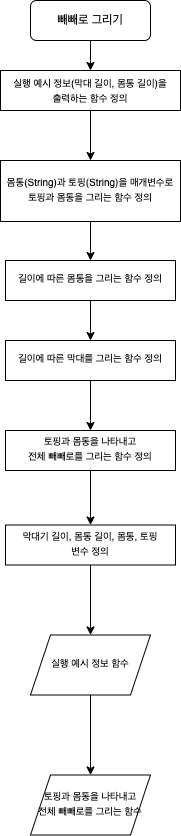
This is week1_step3_makingpepero.png from yagom-academy/swift-starter-Round1, a draw.io export, as it was before one commit. Source tidied: cells renumbered, new cells last; positions are measured from the earlier drawing's top-left corner, leaving out a move shared by most shapes.
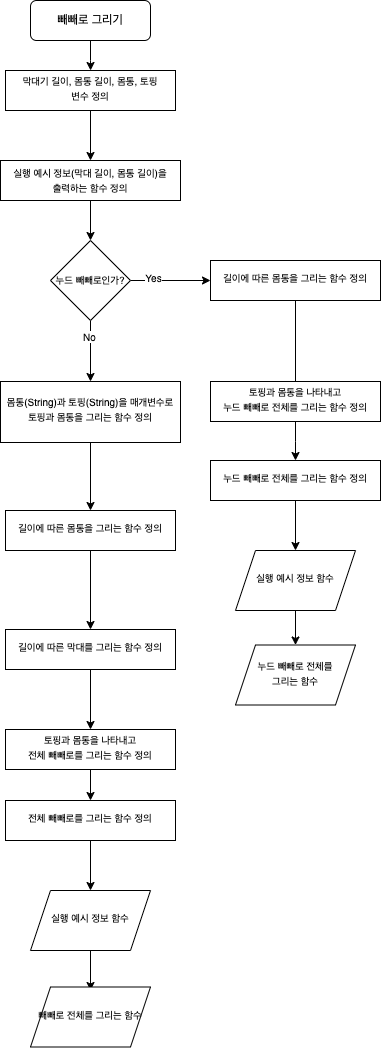
The same file after the commit.

Commit message:
feat : step 3 매개변수명 함수명 변경, 순서도 추가

Diff of the diagram source:
```diff
@@ -2,58 +2,117 @@
   <root>
     <mxCell id="0" />
     <mxCell id="1" parent="0" />
-    <mxCell id="2" style="edgeStyle=orthogonalEdgeStyle;rounded=0;jettySize=auto;html=1;" parent="1" edge="1" source="3" target="7">
-      <mxGeometry relative="1" as="geometry" />
-    </mxCell>
+    <mxCell id="19" style="edgeStyle=orthogonalEdgeStyle;rounded=0;jettySize=auto;html=1;fontSize=10;" parent="1" edge="1" source="3">
+      <mxGeometry relative="1" as="geometry">
+        <mxPoint x="90.1" y="30" as="targetPoint" />
+      </mxGeometry>
+    </mxCell>
     <mxCell id="3" value="빼빼로 그리기" style="rounded=1;whiteSpace=wrap;html=1;fontSize=12;glass=0;strokeWidth=1;shadow=0;" parent="1" vertex="1">
-      <mxGeometry x="30" width="120" height="40" as="geometry" />
+      <mxGeometry x="30" y="-40" width="120" height="40" as="geometry" />
     </mxCell>
-    <mxCell id="4" style="edgeStyle=orthogonalEdgeStyle;rounded=0;jettySize=auto;html=1;fontSize=10;" parent="1" edge="1" source="5" target="9">
-      <mxGeometry relative="1" as="geometry" />
+    <mxCell id="4" style="edgeStyle=orthogonalEdgeStyle;rounded=0;jettySize=auto;html=1;fontSize=10;" parent="1" edge="1" target="9">
+      <mxGeometry relative="1" as="geometry">
+        <mxPoint x="90.1" y="480" as="sourcePoint" />
+      </mxGeometry>
     </mxCell>
+    <mxCell id="20" style="edgeStyle=orthogonalEdgeStyle;rounded=0;jettySize=auto;html=1;fontSize=10;" parent="1" edge="1" source="5" target="9">
+      <mxGeometry relative="1" as="geometry" />
+    </mxCell>
     <mxCell id="5" value="&lt;font style=&quot;font-size: 10px&quot;&gt;몸통(String)과 토핑(String)을 매개변수로토핑과 몸통을 그리는 함수 정의&lt;/font&gt;" style="whiteSpace=wrap;html=1;shadow=0;strokeWidth=1;spacing=6;spacingTop=-4;" parent="1" vertex="1">
-      <mxGeometry y="160" width="180" height="61" as="geometry" />
+      <mxGeometry y="341" width="180" height="61" as="geometry" />
     </mxCell>
-    <mxCell id="6" style="edgeStyle=orthogonalEdgeStyle;rounded=0;jettySize=auto;html=1;" parent="1" edge="1" source="7">
-      <mxGeometry relative="1" as="geometry">
-        <mxPoint x="90" y="160" as="targetPoint" />
-      </mxGeometry>
-    </mxCell>
+    <mxCell id="21" style="edgeStyle=orthogonalEdgeStyle;rounded=0;jettySize=auto;html=1;" parent="1" edge="1" source="7" target="27">
+      <mxGeometry relative="1" as="geometry" />
+    </mxCell>
     <mxCell id="7" value="&lt;span style=&quot;font-size: 10px&quot;&gt;실행 예시 정보(막대 길이, 몸통 길이)을&lt;br&gt;출력하는 함수 정의&lt;/span&gt;" style="rounded=0;whiteSpace=wrap;html=1;" parent="1" vertex="1">
-      <mxGeometry y="70" width="180" height="40" as="geometry" />
+      <mxGeometry y="120" width="180" height="40" as="geometry" />
     </mxCell>
     <mxCell id="8" style="edgeStyle=orthogonalEdgeStyle;rounded=0;jettySize=auto;html=1;fontSize=10;" parent="1" edge="1" source="9" target="11">
       <mxGeometry relative="1" as="geometry" />
     </mxCell>
     <mxCell id="9" value="&lt;font style=&quot;font-size: 10px&quot;&gt;길이에 따른 몸통을 그리는 함수 정의&lt;/font&gt;" style="whiteSpace=wrap;html=1;shadow=0;strokeWidth=1;spacing=6;spacingTop=-4;" parent="1" vertex="1">
-      <mxGeometry x="5" y="260" width="170" height="40" as="geometry" />
+      <mxGeometry x="5" y="470" width="170" height="40" as="geometry" />
     </mxCell>
     <mxCell id="10" style="edgeStyle=orthogonalEdgeStyle;rounded=0;jettySize=auto;html=1;fontSize=10;" parent="1" edge="1" source="11" target="13">
       <mxGeometry relative="1" as="geometry" />
     </mxCell>
     <mxCell id="11" value="&lt;font style=&quot;font-size: 10px&quot;&gt;길이에 따른 막대를 그리는 함수 정의&lt;/font&gt;" style="whiteSpace=wrap;html=1;shadow=0;strokeWidth=1;spacing=6;spacingTop=-4;" parent="1" vertex="1">
-      <mxGeometry x="5" y="340" width="170" height="40" as="geometry" />
+      <mxGeometry x="5" y="589" width="170" height="40" as="geometry" />
     </mxCell>
-    <mxCell id="12" style="edgeStyle=orthogonalEdgeStyle;rounded=0;jettySize=auto;html=1;" parent="1" edge="1" source="13" target="15">
-      <mxGeometry relative="1" as="geometry" />
-    </mxCell>
+    <mxCell id="22" style="edgeStyle=orthogonalEdgeStyle;rounded=0;jettySize=auto;html=1;fontSize=10;" parent="1" edge="1" source="13" target="39">
+      <mxGeometry relative="1" as="geometry" />
+    </mxCell>
     <mxCell id="13" value="&lt;span style=&quot;font-size: 10px&quot;&gt;토핑과 몸통을 나타내고&lt;br&gt;전체 빼빼로를 그리는 함수 정의&lt;/span&gt;" style="whiteSpace=wrap;html=1;shadow=0;strokeWidth=1;spacing=6;spacingTop=-4;" parent="1" vertex="1">
-      <mxGeometry x="5" y="430" width="170" height="40" as="geometry" />
+      <mxGeometry x="5" y="689" width="170" height="40" as="geometry" />
     </mxCell>
-    <mxCell id="14" style="edgeStyle=orthogonalEdgeStyle;rounded=0;jettySize=auto;html=1;" parent="1" edge="1" source="15" target="17">
-      <mxGeometry relative="1" as="geometry" />
-    </mxCell>
-    <mxCell id="15" value="&lt;span style=&quot;font-size: 10px&quot;&gt;막대기 길이, 몸통 길이, 몸통, 토핑&lt;br&gt;변수 정의&lt;/span&gt;&lt;span style=&quot;font-size: 10px&quot;&gt;&lt;br&gt;&lt;/span&gt;" style="whiteSpace=wrap;html=1;shadow=0;strokeWidth=1;spacing=6;spacingTop=-4;" parent="1" vertex="1">
-      <mxGeometry x="5" y="524.5" width="170" height="40" as="geometry" />
-    </mxCell>
-    <mxCell id="16" style="edgeStyle=orthogonalEdgeStyle;rounded=0;jettySize=auto;html=1;" parent="1" edge="1" source="17" target="18">
-      <mxGeometry relative="1" as="geometry" />
+    <mxCell id="16" style="edgeStyle=orthogonalEdgeStyle;rounded=0;jettySize=auto;html=1;" parent="1" edge="1" source="17">
+      <mxGeometry relative="1" as="geometry">
+        <mxPoint x="90" y="950" as="targetPoint" />
+      </mxGeometry>
     </mxCell>
     <mxCell id="17" value="&lt;font style=&quot;font-size: 9px&quot;&gt;실행 예시 정보 함수&lt;/font&gt;" style="shape=parallelogram;perimeter=parallelogramPerimeter;whiteSpace=wrap;html=1;fixedSize=1;shadow=0;strokeWidth=1;spacing=6;spacingTop=-4;" parent="1" vertex="1">
-      <mxGeometry x="30" y="634.5" width="120" height="60" as="geometry" />
+      <mxGeometry x="30" y="850" width="120" height="60" as="geometry" />
     </mxCell>
-    <mxCell id="18" value="&lt;font style=&quot;font-size: 10px&quot;&gt;토핑과 몸통을 나타내고&lt;br&gt;전체 빼빼로를 그리는 함수&lt;/font&gt;" style="shape=parallelogram;perimeter=parallelogramPerimeter;whiteSpace=wrap;html=1;fixedSize=1;shadow=0;strokeWidth=1;spacing=6;spacingTop=-4;" parent="1" vertex="1">
-      <mxGeometry x="30" y="774.5" width="120" height="60" as="geometry" />
+    <mxCell id="18" value="&lt;font style=&quot;font-size: 10px&quot;&gt;빼빼로 전체를 그리는 함수&lt;/font&gt;" style="shape=parallelogram;perimeter=parallelogramPerimeter;whiteSpace=wrap;html=1;fixedSize=1;shadow=0;strokeWidth=1;spacing=6;spacingTop=-4;" parent="1" vertex="1">
+      <mxGeometry x="30" y="946.5" width="120" height="60" as="geometry" />
     </mxCell>
+    <mxCell id="23" style="edgeStyle=orthogonalEdgeStyle;rounded=0;jettySize=auto;html=1;" parent="1" edge="1" source="27" target="5">
+      <mxGeometry relative="1" as="geometry" />
+    </mxCell>
+    <mxCell id="24" value="No" style="edgeLabel;html=1;align=center;verticalAlign=middle;fontSize=10;" parent="23" vertex="1">
+      <mxGeometry x="-0.52" y="-2" relative="1" as="geometry" />
+    </mxCell>
+    <mxCell id="25" style="edgeStyle=orthogonalEdgeStyle;rounded=0;jettySize=auto;html=1;" parent="1" edge="1" source="27">
+      <mxGeometry relative="1" as="geometry">
+        <mxPoint x="210" y="240" as="targetPoint" />
+      </mxGeometry>
+    </mxCell>
+    <mxCell id="26" value="Yes" style="edgeLabel;html=1;align=center;verticalAlign=middle;fontSize=10;" parent="25" vertex="1">
+      <mxGeometry x="-0.46" y="4" relative="1" as="geometry" />
+    </mxCell>
+    <mxCell id="27" value="&lt;font style=&quot;font-size: 10px&quot;&gt;누드 빼빼로인가?&lt;/font&gt;" style="rhombus;whiteSpace=wrap;html=1;rounded=0;" parent="1" vertex="1">
+      <mxGeometry x="50" y="200" width="80" height="80" as="geometry" />
+    </mxCell>
+    <mxCell id="28" style="edgeStyle=orthogonalEdgeStyle;rounded=0;jettySize=auto;html=1;fontSize=10;" parent="1" edge="1" source="29">
+      <mxGeometry relative="1" as="geometry">
+        <mxPoint x="295" y="380" as="targetPoint" />
+      </mxGeometry>
+    </mxCell>
+    <mxCell id="29" value="&lt;font style=&quot;font-size: 10px&quot;&gt;길이에 따른 몸통을 그리는 함수 정의&lt;/font&gt;" style="whiteSpace=wrap;html=1;shadow=0;strokeWidth=1;spacing=6;spacingTop=-4;" parent="1" vertex="1">
+      <mxGeometry x="210" y="220" width="170" height="40" as="geometry" />
+    </mxCell>
+    <mxCell id="30" style="edgeStyle=orthogonalEdgeStyle;rounded=0;jettySize=auto;html=1;fontSize=10;" parent="1" edge="1" source="31" target="37">
+      <mxGeometry relative="1" as="geometry" />
+    </mxCell>
+    <mxCell id="31" value="&lt;span style=&quot;font-size: 10px&quot;&gt;토핑과 몸통을 나타내고&lt;br&gt;누드 빼빼로 전체를 그리는 함수 정의&lt;/span&gt;" style="whiteSpace=wrap;html=1;shadow=0;strokeWidth=1;spacing=6;spacingTop=-4;" parent="1" vertex="1">
+      <mxGeometry x="210" y="341" width="170" height="40" as="geometry" />
+    </mxCell>
+    <mxCell id="32" style="edgeStyle=orthogonalEdgeStyle;rounded=0;jettySize=auto;html=1;" parent="1" edge="1" source="33" target="34">
+      <mxGeometry relative="1" as="geometry" />
+    </mxCell>
+    <mxCell id="33" value="&lt;font style=&quot;font-size: 9px&quot;&gt;실행 예시 정보 함수&lt;/font&gt;" style="shape=parallelogram;perimeter=parallelogramPerimeter;whiteSpace=wrap;html=1;fixedSize=1;shadow=0;strokeWidth=1;spacing=6;spacingTop=-4;" parent="1" vertex="1">
+      <mxGeometry x="235" y="510" width="120" height="60" as="geometry" />
+    </mxCell>
+    <mxCell id="34" value="&lt;font style=&quot;font-size: 10px&quot;&gt;누드 빼빼로 전체를&lt;br&gt;그리는 함수&lt;/font&gt;" style="shape=parallelogram;perimeter=parallelogramPerimeter;whiteSpace=wrap;html=1;fixedSize=1;shadow=0;strokeWidth=1;spacing=6;spacingTop=-4;" parent="1" vertex="1">
+      <mxGeometry x="235" y="604.5" width="120" height="60" as="geometry" />
+    </mxCell>
+    <mxCell id="35" style="edgeStyle=orthogonalEdgeStyle;rounded=0;jettySize=auto;html=1;fontSize=10;" parent="1" edge="1" source="15" target="7">
+      <mxGeometry relative="1" as="geometry" />
+    </mxCell>
+    <mxCell id="15" value="&lt;span style=&quot;font-size: 10px&quot;&gt;막대기 길이, 몸통 길이, 몸통, 토핑&lt;br&gt;변수 정의&lt;/span&gt;&lt;span style=&quot;font-size: 10px&quot;&gt;&lt;br&gt;&lt;/span&gt;" style="whiteSpace=wrap;html=1;shadow=0;strokeWidth=1;spacing=6;spacingTop=-4;" parent="1" vertex="1">
+      <mxGeometry x="5" y="30" width="170" height="40" as="geometry" />
+    </mxCell>
+    <mxCell id="36" style="edgeStyle=orthogonalEdgeStyle;rounded=0;jettySize=auto;html=1;fontSize=10;" parent="1" edge="1" source="37" target="33">
+      <mxGeometry relative="1" as="geometry" />
+    </mxCell>
+    <mxCell id="37" value="&lt;span style=&quot;font-size: 10px&quot;&gt;누드 빼빼로 전체를 그리는 함수 정의&lt;/span&gt;" style="whiteSpace=wrap;html=1;shadow=0;strokeWidth=1;spacing=6;spacingTop=-4;" parent="1" vertex="1">
+      <mxGeometry x="210" y="420" width="170" height="40" as="geometry" />
+    </mxCell>
+    <mxCell id="38" style="edgeStyle=orthogonalEdgeStyle;rounded=0;jettySize=auto;html=1;fontSize=10;" parent="1" edge="1" source="39" target="17">
+      <mxGeometry relative="1" as="geometry" />
+    </mxCell>
+    <mxCell id="39" value="&lt;span style=&quot;font-size: 10px&quot;&gt;전체 빼빼로를 그리는 함수 정의&lt;/span&gt;" style="whiteSpace=wrap;html=1;shadow=0;strokeWidth=1;spacing=6;spacingTop=-4;" parent="1" vertex="1">
+      <mxGeometry x="5" y="760" width="170" height="40" as="geometry" />
+    </mxCell>
   </root>
 </mxGraphModel>
```
